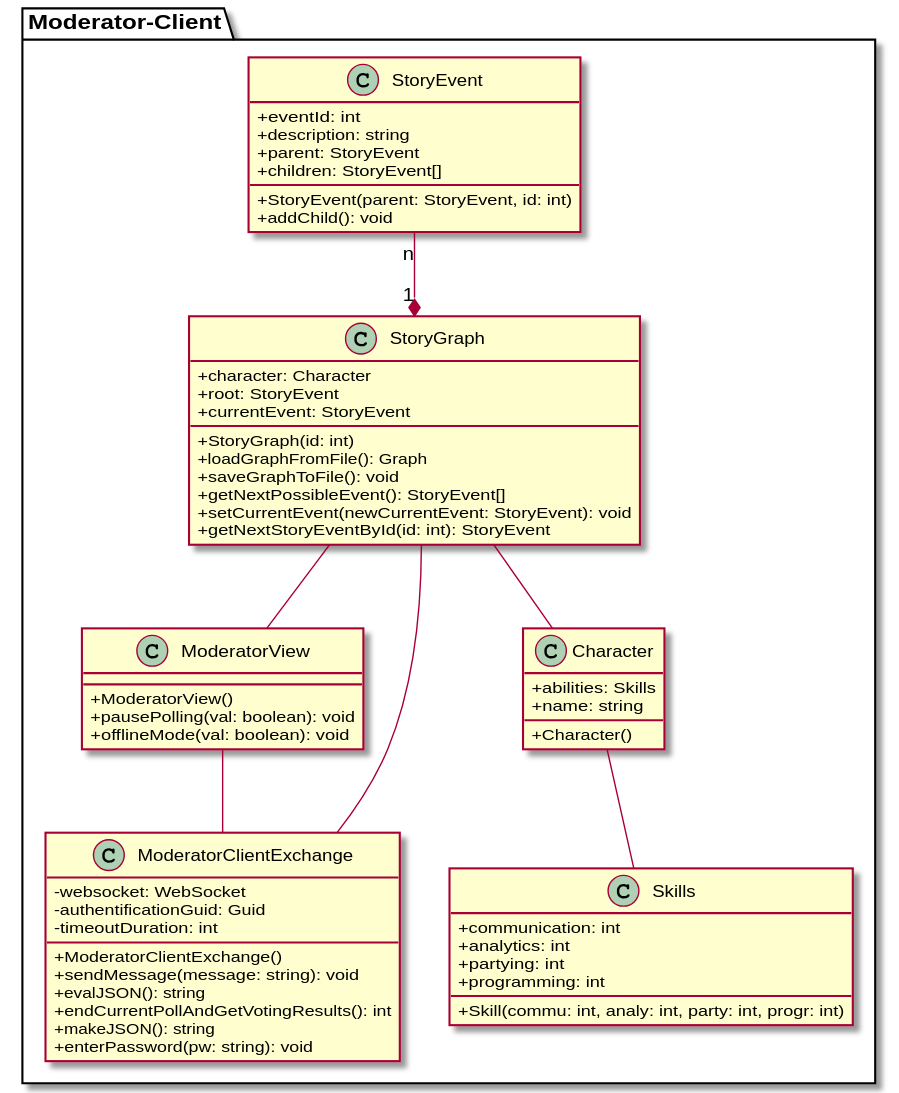
The PlantUML diagram Docs/Technical Specifications/docs/diagrams/ClassDiagrams/ModeratorClientClassDiagram.svg in Brotenko/QualityQuest, before a commit.
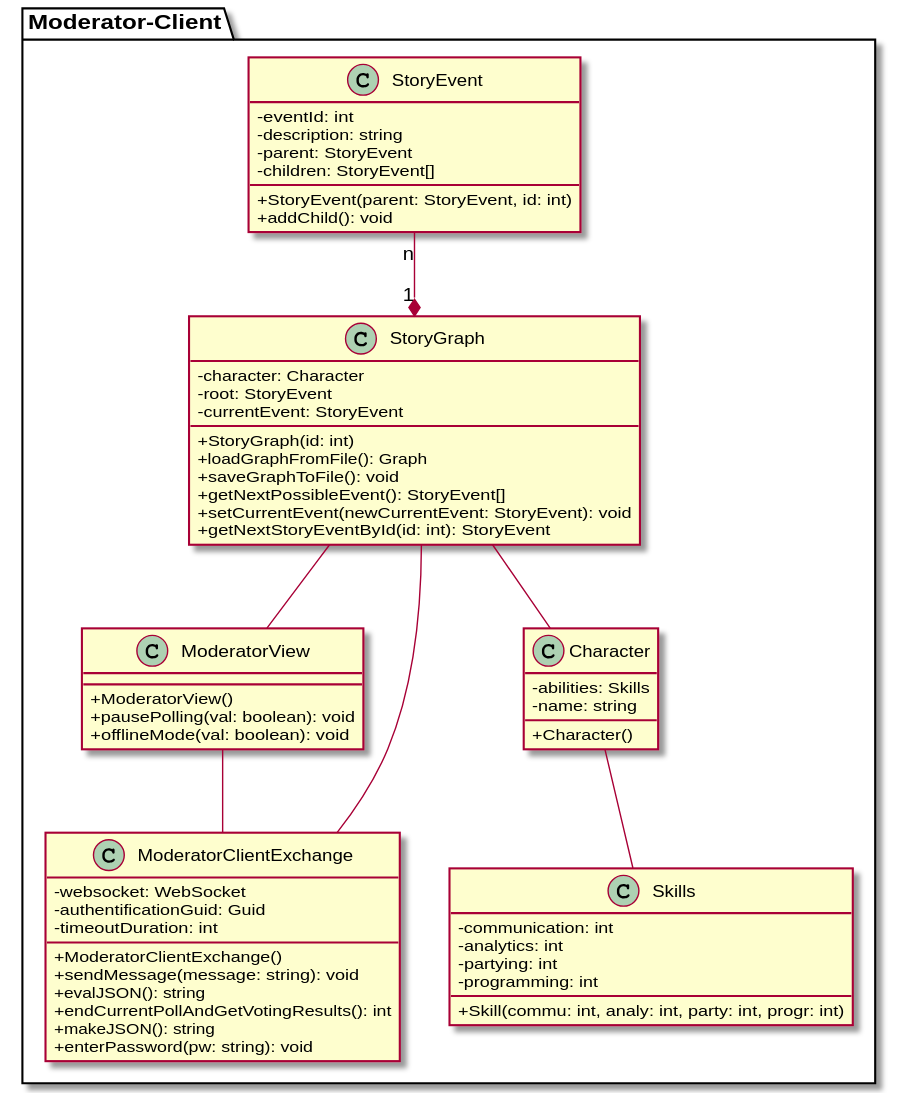
Above is the later version.

Change to the diagram source:
```diff
@@ -4,18 +4,18 @@
 package "Moderator-Client" {
 
   class StoryEvent {
-    {field} +eventId: int
-    {field} +description: string
-    {field} +parent: StoryEvent
-    {field} +children: StoryEvent[]
+    {field} -eventId: int
+    {field} -description: string
+    {field} -parent: StoryEvent
+    {field} -children: StoryEvent[]
     {method} +StoryEvent(parent: StoryEvent, id: int)
     {method} +addChild(): void
   }
 
   class StoryGraph {
-    {field} +character: Character
-    {field} +root: StoryEvent
-    {field} +currentEvent: StoryEvent
+    {field} -character: Character
+    {field} -root: StoryEvent
+    {field} -currentEvent: StoryEvent
     {method} +StoryGraph(id: int)
     {method} +loadGraphFromFile(): Graph
     {method} +saveGraphToFile(): void
@@ -43,16 +43,16 @@
   }
 
   class Skills {
-    {field} +communication: int
-    {field} +analytics: int
-    {field} +partying: int
-    {field} +programming: int
+    {field} -communication: int
+    {field} -analytics: int
+    {field} -partying: int
+    {field} -programming: int
     {method} + Skill(commu: int, analy: int, party: int, progr: int)
   }
 
   class Character {
-    {field} +abilities: Skills
-    {field} +name: string
+    {field} -abilities: Skills
+    {field} -name: string
     {method} +Character()
   }
 
```
